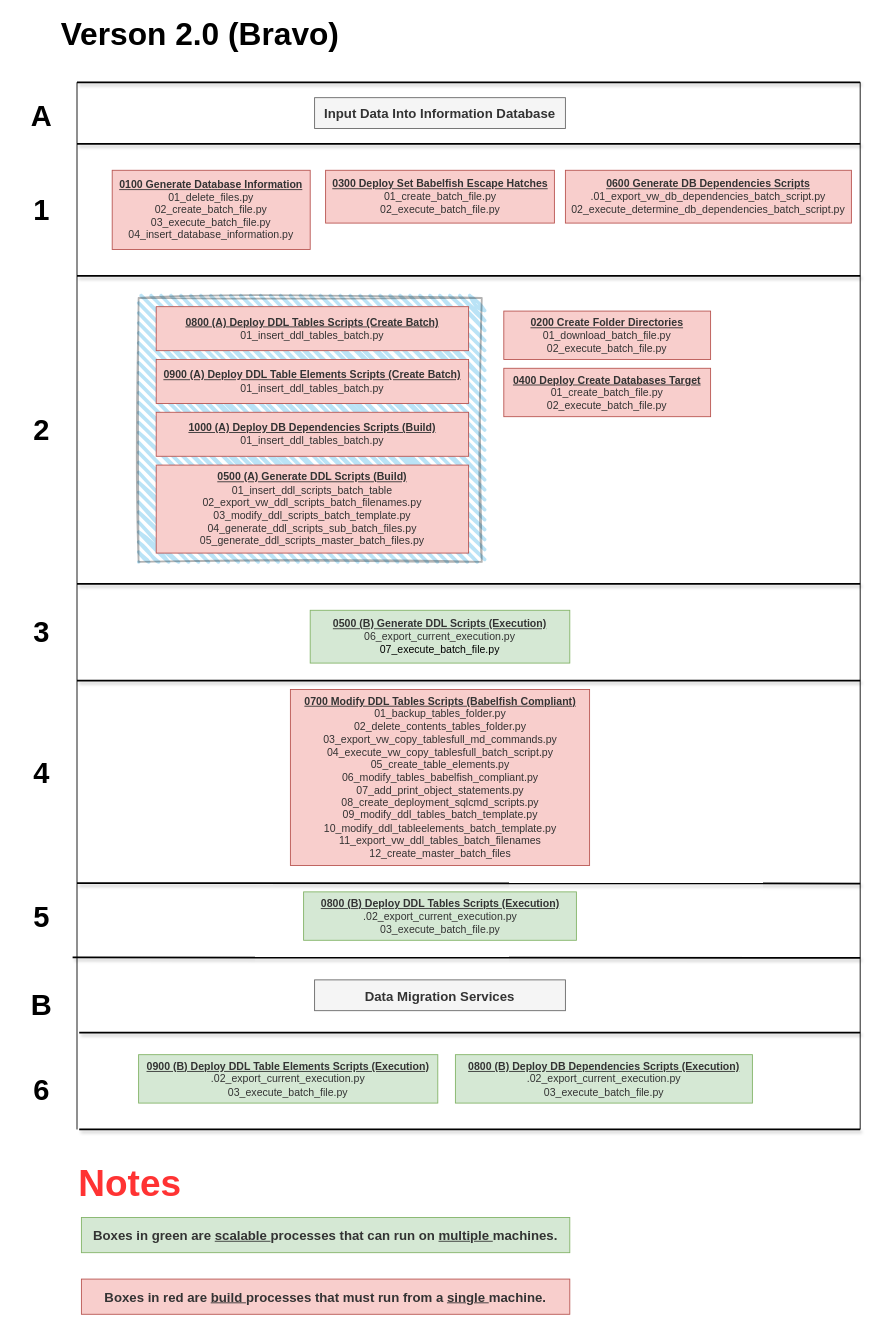
smpetersgithub/draw-diagrams-depot keeps this draw.io diagram as Babelfish Deployment Utility Bravo.drawio. Above is the earlier version. Source tidied: cells renumbered, new cells numbered last; positions are measured from the earlier drawing's top-left corner, leaving out a move shared by most shapes. Both pictures are drawn from the tidied source at 88%, with x=0, y=0 at pixel (15, 20).
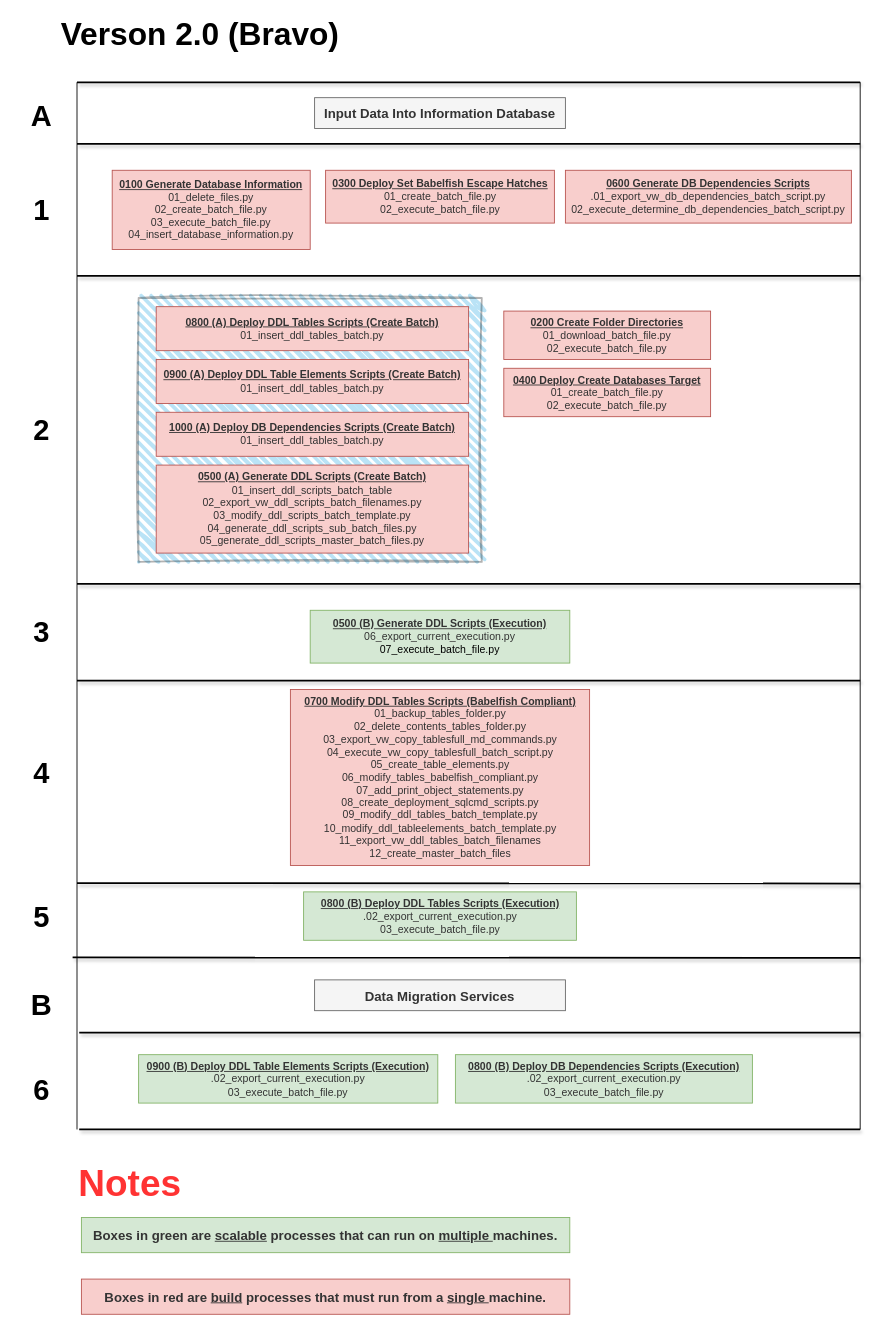
Above is the later version.

Diff of the diagram source:
```diff
@@
-    <mxCell id="5" value="&lt;span style=&quot;color: rgb(51, 51, 51);&quot;&gt;&lt;b&gt;&lt;u&gt;0500 (A) Generate DDL Scripts (Build)&lt;/u&gt;&lt;/b&gt;&lt;/span&gt;&lt;div&gt;&lt;font color=&quot;#333333&quot;&gt;01_insert_ddl_scripts_batch_table&lt;/font&gt;&lt;br&gt;&lt;/div&gt;&lt;div&gt;&lt;span style=&quot;background-color: initial;&quot;&gt;&lt;font color=&quot;#333333&quot;&gt;02_export_vw_ddl_scripts_batch_filenames&lt;/font&gt;&lt;/span&gt;&lt;font color=&quot;#333333&quot;&gt;.py&lt;br&gt;&lt;/font&gt;&lt;/div&gt;&lt;div&gt;&lt;span style=&quot;background-color: initial;&quot;&gt;&lt;font color=&quot;#333333&quot;&gt;03_modify_ddl_scripts_batch_template&lt;/font&gt;&lt;/span&gt;&lt;font color=&quot;#333333&quot;&gt;.py&lt;br&gt;&lt;/font&gt;&lt;/div&gt;&lt;div&gt;&lt;span style=&quot;background-color: initial;&quot;&gt;&lt;font style=&quot;&quot; color=&quot;#333333&quot;&gt;04_generate_ddl_scripts_sub_batch_files&lt;/font&gt;&lt;/span&gt;&lt;font style=&quot;&quot; color=&quot;#333333&quot;&gt;.py&lt;/font&gt;&lt;/div&gt;&lt;div&gt;&lt;font style=&quot;&quot; color=&quot;#333333&quot;&gt;05_generate_ddl_scripts_master_batch_files.py&lt;/font&gt;&lt;/div&gt;" style="rounded=0;whiteSpace=wrap;html=1;fillColor=#f8cecc;strokeColor=#b85450;" parent="1" vertex="1">
+    <mxCell id="5" value="&lt;span style=&quot;color: rgb(51, 51, 51);&quot;&gt;&lt;b&gt;&lt;u&gt;0500 (A) Generate DDL Scripts (Create Batch)&lt;/u&gt;&lt;/b&gt;&lt;/span&gt;&lt;div&gt;&lt;font color=&quot;#333333&quot;&gt;01_insert_ddl_scripts_batch_table&lt;/font&gt;&lt;br&gt;&lt;/div&gt;&lt;div&gt;&lt;span style=&quot;background-color: initial;&quot;&gt;&lt;font color=&quot;#333333&quot;&gt;02_export_vw_ddl_scripts_batch_filenames&lt;/font&gt;&lt;/span&gt;&lt;font color=&quot;#333333&quot;&gt;.py&lt;br&gt;&lt;/font&gt;&lt;/div&gt;&lt;div&gt;&lt;span style=&quot;background-color: initial;&quot;&gt;&lt;font color=&quot;#333333&quot;&gt;03_modify_ddl_scripts_batch_template&lt;/font&gt;&lt;/span&gt;&lt;font color=&quot;#333333&quot;&gt;.py&lt;br&gt;&lt;/font&gt;&lt;/div&gt;&lt;div&gt;&lt;span style=&quot;background-color: initial;&quot;&gt;&lt;font style=&quot;&quot; color=&quot;#333333&quot;&gt;04_generate_ddl_scripts_sub_batch_files&lt;/font&gt;&lt;/span&gt;&lt;font style=&quot;&quot; color=&quot;#333333&quot;&gt;.py&lt;/font&gt;&lt;/div&gt;&lt;div&gt;&lt;font style=&quot;&quot; color=&quot;#333333&quot;&gt;05_generate_ddl_scripts_master_batch_files.py&lt;/font&gt;&lt;/div&gt;" style="rounded=0;whiteSpace=wrap;html=1;fillColor=#f8cecc;strokeColor=#b85450;" parent="1" vertex="1">
       <mxGeometry x="160" y="505" width="355" height="100" as="geometry" />
     </mxCell>
-    <mxCell id="6" value="&lt;span style=&quot;color: rgb(51, 51, 51);&quot;&gt;&lt;b&gt;&lt;u&gt;0500 (B) Generate DDL Scripts (Execution)&lt;br&gt;&lt;/u&gt;&lt;/b&gt;&lt;/span&gt;&lt;div&gt;&lt;span style=&quot;background-color: initial;&quot;&gt;&lt;font color=&quot;#333333&quot;&gt;06_export_current_execution&lt;/font&gt;&lt;/span&gt;&lt;font color=&quot;#333333&quot;&gt;.py&lt;br&gt;&lt;/font&gt;07_execute_batch_file.py&lt;/div&gt;" style="rounded=0;whiteSpace=wrap;html=1;fillColor=#d5e8d4;strokeColor=#82b366;" parent="1" vertex="1">
+    <mxCell id="6" value="&lt;span style=&quot;color: rgb(51, 51, 51);&quot;&gt;&lt;u style=&quot;&quot;&gt;&lt;b&gt;0500 (B) Generate DDL Scripts (Execution)&lt;br&gt;&lt;/b&gt;&lt;/u&gt;&lt;/span&gt;&lt;div&gt;&lt;span style=&quot;background-color: initial;&quot;&gt;&lt;font color=&quot;#333333&quot;&gt;06_export_current_execution&lt;/font&gt;&lt;/span&gt;&lt;font color=&quot;#333333&quot;&gt;.py&lt;br&gt;&lt;/font&gt;07_execute_batch_file.py&lt;/div&gt;" style="rounded=0;whiteSpace=wrap;html=1;fillColor=#d5e8d4;strokeColor=#82b366;" parent="1" vertex="1">
       <mxGeometry x="335" y="670" width="295" height="60" as="geometry" />
     </mxCell>
@@
-    <mxCell id="22" value="&lt;div&gt;&lt;font size=&quot;1&quot; color=&quot;#333333&quot;&gt;&lt;b style=&quot;font-size: 15px;&quot;&gt;Boxes in green are &lt;u&gt;scalable &lt;/u&gt;processes that can run on &lt;u&gt;multiple &lt;/u&gt;machines.&lt;/b&gt;&lt;/font&gt;&lt;/div&gt;" style="rounded=0;whiteSpace=wrap;html=1;fillColor=#d5e8d4;strokeColor=#82b366;" parent="1" vertex="1">
+    <mxCell id="22" value="&lt;div&gt;&lt;font size=&quot;1&quot; color=&quot;#333333&quot;&gt;&lt;b style=&quot;font-size: 15px;&quot;&gt;Boxes in green are &lt;u&gt;scalable&lt;/u&gt; processes that can run on &lt;u&gt;multiple &lt;/u&gt;machines.&lt;/b&gt;&lt;/font&gt;&lt;/div&gt;" style="rounded=0;whiteSpace=wrap;html=1;fillColor=#d5e8d4;strokeColor=#82b366;" parent="1" vertex="1">
       <mxGeometry x="75" y="1360" width="555" height="40" as="geometry" />
     </mxCell>
@@
-    <mxCell id="24" value="&lt;div&gt;&lt;font size=&quot;1&quot; color=&quot;#333333&quot;&gt;&lt;b style=&quot;font-size: 15px;&quot;&gt;Boxes in red are &lt;u&gt;build &lt;/u&gt;processes that must run from a &lt;u&gt;single &lt;/u&gt;machine.&lt;/b&gt;&lt;/font&gt;&lt;/div&gt;" style="rounded=0;whiteSpace=wrap;html=1;fillColor=#f8cecc;strokeColor=#b85450;" parent="1" vertex="1">
+    <mxCell id="24" value="&lt;div&gt;&lt;font size=&quot;1&quot; color=&quot;#333333&quot;&gt;&lt;b style=&quot;font-size: 15px;&quot;&gt;Boxes in red are &lt;u&gt;build&lt;/u&gt; processes that must run from a &lt;u&gt;single &lt;/u&gt;machine.&lt;/b&gt;&lt;/font&gt;&lt;/div&gt;" style="rounded=0;whiteSpace=wrap;html=1;fillColor=#f8cecc;strokeColor=#b85450;" parent="1" vertex="1">
       <mxGeometry x="75" y="1430" width="555" height="40" as="geometry" />
     </mxCell>
@@
-    <mxCell id="28" value="&lt;span style=&quot;color: rgb(51, 51, 51);&quot;&gt;&lt;b&gt;&lt;u&gt;1000 (A) Deploy DB Dependencies Scripts (Build)&lt;/u&gt;&lt;/b&gt;&lt;/span&gt;&lt;div&gt;&lt;font color=&quot;#333333&quot;&gt;01_insert_ddl_tables_batch.py&lt;/font&gt;&lt;br&gt;&lt;/div&gt;" style="rounded=0;whiteSpace=wrap;html=1;fillColor=#f8cecc;strokeColor=#b85450;" parent="1" vertex="1">
+    <mxCell id="28" value="&lt;span style=&quot;color: rgb(51, 51, 51);&quot;&gt;&lt;b&gt;&lt;u&gt;1000 (A) Deploy DB Dependencies Scripts (Create Batch)&lt;/u&gt;&lt;/b&gt;&lt;/span&gt;&lt;div&gt;&lt;font color=&quot;#333333&quot;&gt;01_insert_ddl_tables_batch.py&lt;/font&gt;&lt;br&gt;&lt;/div&gt;" style="rounded=0;whiteSpace=wrap;html=1;fillColor=#f8cecc;strokeColor=#b85450;" parent="1" vertex="1">
       <mxGeometry x="160" y="445" width="355" height="50" as="geometry" />
     </mxCell>
```
